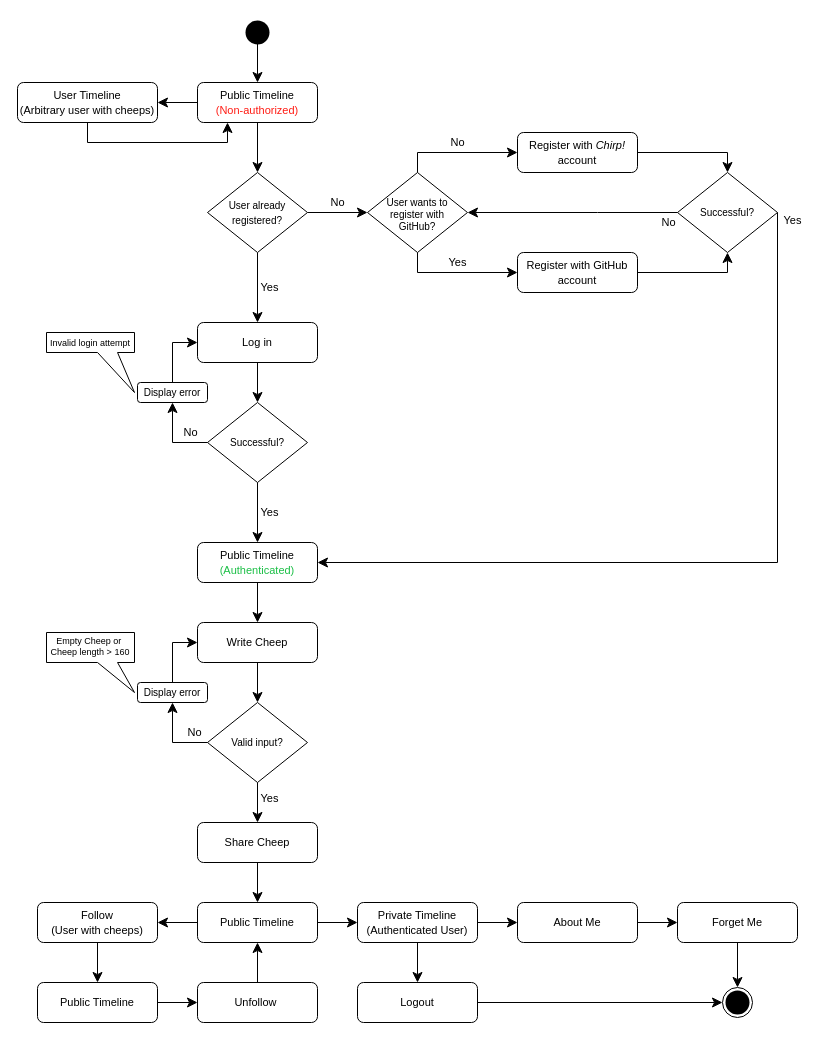
Earlier version of the draw.io diagram docs/diagrams/ActivityDiagram.drawio (ITU-BDSA2024-GROUP18/Chirp). Source tidied: cells renumbered, new cells numbered last; positions are measured from the earlier drawing's top-left corner, leaving out a move shared by most shapes. Both pictures are drawn from the tidied source at 100%, with x=0, y=0 at pixel (17, 22).
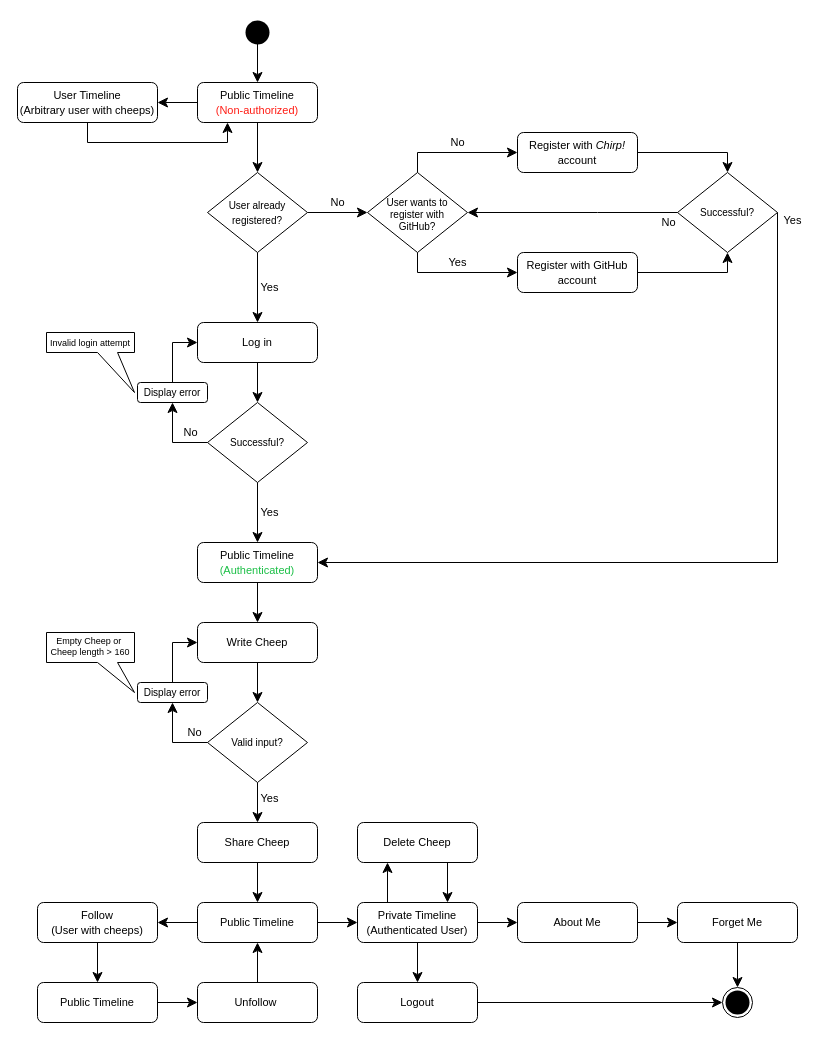
After the change.

Commit message:
Update Activity Diagram drawio

Unchanged cells that the change refers to:
```xml
<mxCell id="46" value="&lt;font style=&quot;font-size: 11px;&quot;&gt;Private Timeline&lt;/font&gt;&lt;div&gt;&lt;font style=&quot;font-size: 11px;&quot;&gt;(Authenticated User)&lt;/font&gt;&lt;/div&gt;" style="rounded=1;whiteSpace=wrap;html=1;fontSize=12;glass=0;strokeWidth=1;shadow=0;" parent="1" vertex="1">
  <mxGeometry x="340" y="880" width="120" height="40" as="geometry" />
</mxCell>
```

Change to the diagram source:
```diff
@@
+    <mxCell id="62" value="&lt;font style=&quot;font-size: 11px;&quot;&gt;Delete Cheep&lt;/font&gt;" style="rounded=1;whiteSpace=wrap;html=1;fontSize=12;glass=0;strokeWidth=1;shadow=0;" parent="1" vertex="1">
+      <mxGeometry x="340" y="800" width="120" height="40" as="geometry" />
+    </mxCell>
+    <mxCell id="63" style="edgeStyle=orthogonalEdgeStyle;rounded=0;html=1;jettySize=auto;fontSize=11;endArrow=classic;endFill=1;endSize=8;strokeWidth=1;shadow=0;labelBackgroundColor=none;exitX=0.25;exitY=0;exitDx=0;exitDy=0;spacingRight=-3;entryX=0.25;entryY=1;entryDx=0;entryDy=0;" parent="1" edge="1" source="46" target="62">
+      <mxGeometry y="10" relative="1" as="geometry" />
+    </mxCell>
+    <mxCell id="64" style="edgeStyle=orthogonalEdgeStyle;rounded=0;html=1;jettySize=auto;fontSize=11;endArrow=classic;endFill=1;endSize=8;strokeWidth=1;shadow=0;labelBackgroundColor=none;exitX=0.75;exitY=1;exitDx=0;exitDy=0;spacingRight=-3;entryX=0.75;entryY=0;entryDx=0;entryDy=0;" parent="1" edge="1" source="62" target="46">
+      <mxGeometry y="10" relative="1" as="geometry" />
+    </mxCell>
```
